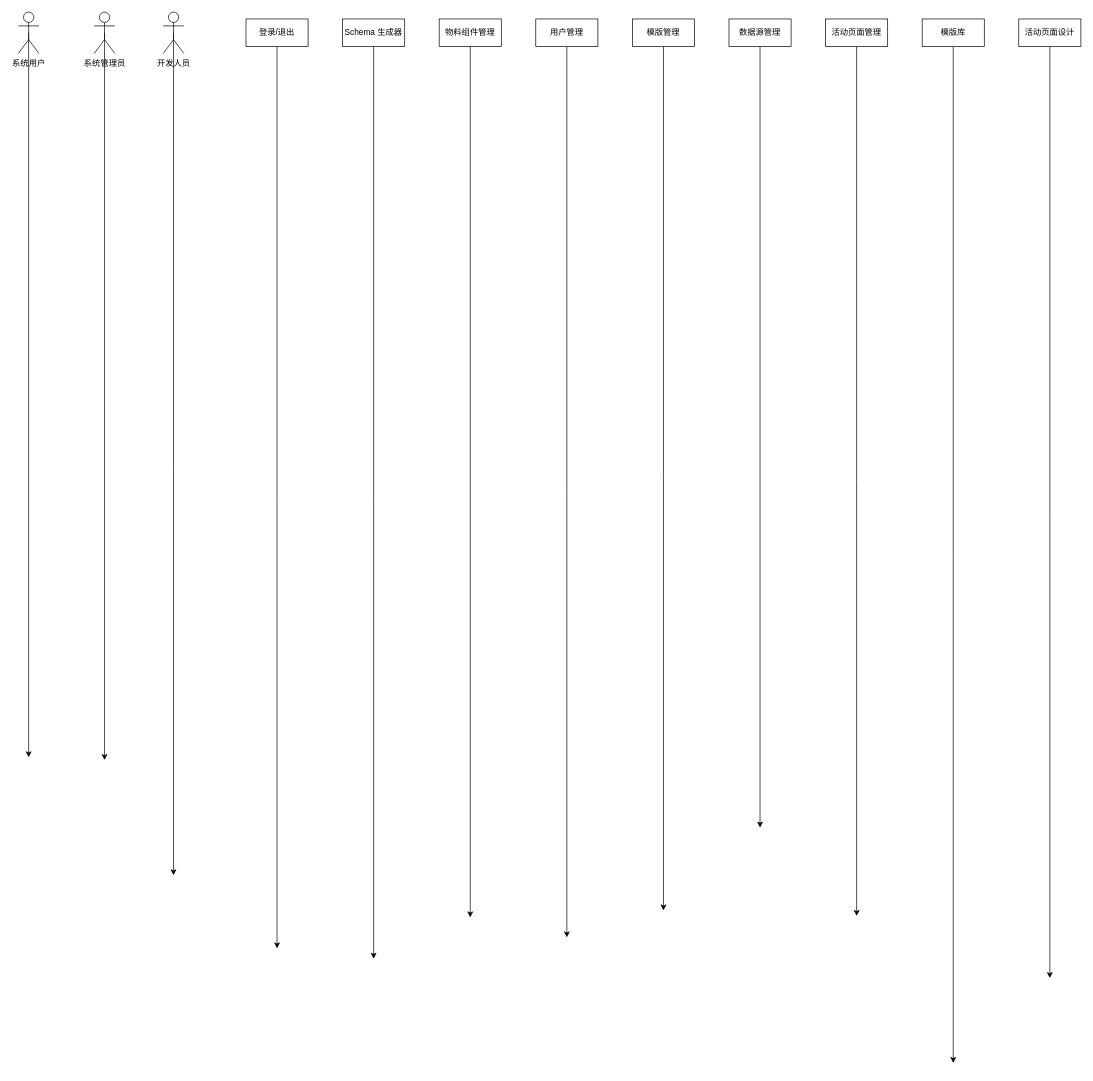
yuxinyu12345/diagrams keeps this draw.io diagram as 框图的关系图.drawio. Above is the earlier version. Source tidied: cells renumbered, new cells numbered last; positions are measured from the earlier drawing's top-left corner, leaving out a move shared by most shapes. Both pictures are drawn from the tidied source at 69%, with x=0, y=0 at pixel (18, 12).
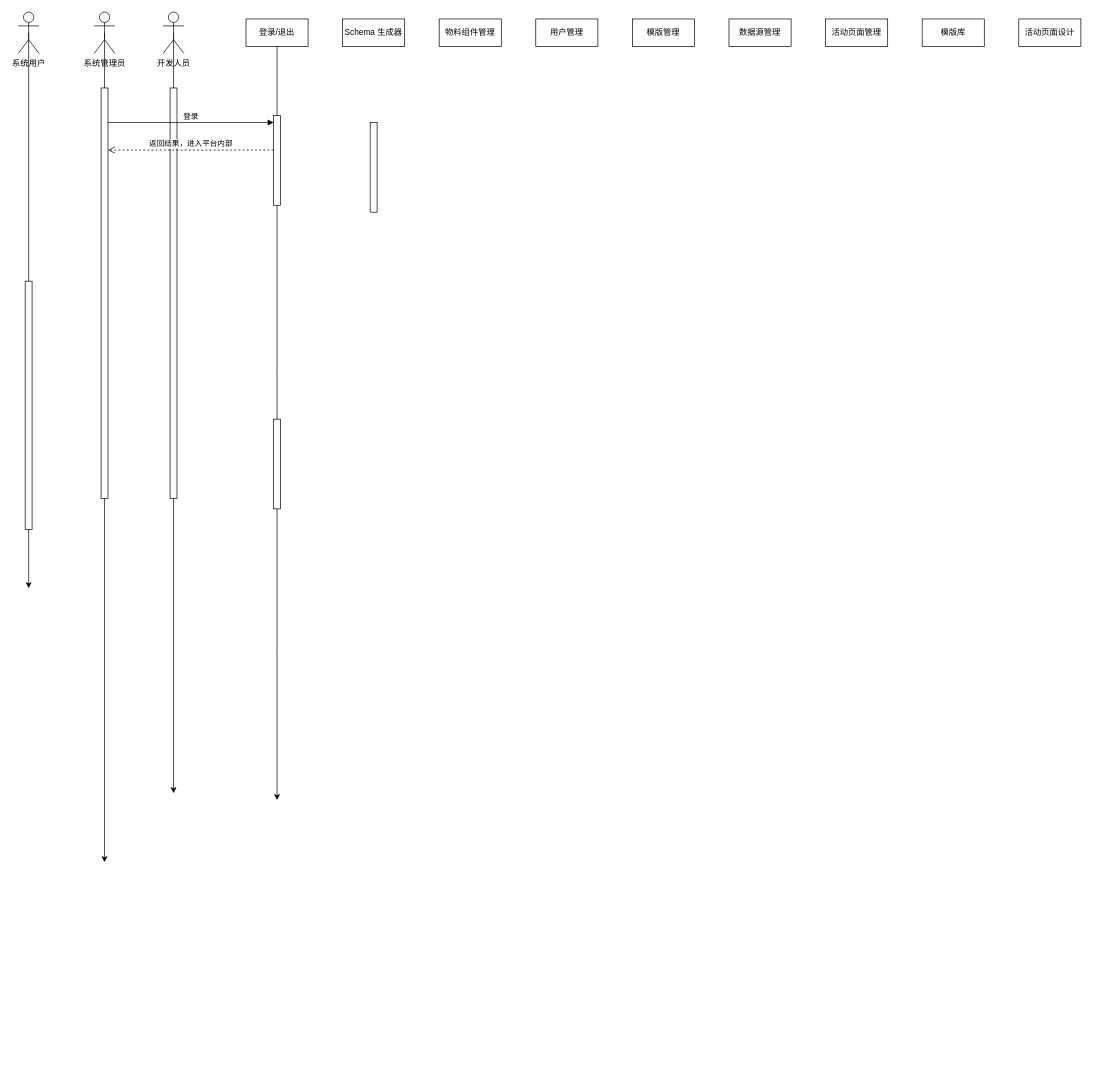
Above is the later version.

Commit message:
更新框图的关系图.drawio

Unchanged cells that the change refers to:
```xml
<mxCell id="3" value="系统管理员" style="shape=umlActor;verticalLabelPosition=bottom;verticalAlign=top;html=1;outlineConnect=0;" parent="1" vertex="1">
  <mxGeometry x="110" width="30" height="60" as="geometry" />
</mxCell>
<mxCell id="5" value="开发人员" style="shape=umlActor;verticalLabelPosition=bottom;verticalAlign=top;html=1;outlineConnect=0;" parent="1" vertex="1">
  <mxGeometry x="210" width="30" height="60" as="geometry" />
</mxCell>
<mxCell id="7" value="登录/退出" style="rounded=0;whiteSpace=wrap;html=1;" parent="1" vertex="1">
  <mxGeometry x="330" y="10" width="90" height="40" as="geometry" />
</mxCell>
<mxCell id="9" value="系统用户" style="shape=umlActor;verticalLabelPosition=bottom;verticalAlign=top;html=1;outlineConnect=0;" parent="1" vertex="1">
  <mxGeometry width="30" height="60" as="geometry" />
</mxCell>
<mxCell id="11" value="Schema 生成器" style="rounded=0;whiteSpace=wrap;html=1;" parent="1" vertex="1">
  <mxGeometry x="470" y="10" width="90" height="40" as="geometry" />
</mxCell>
<mxCell id="13" value="物料组件管理" style="rounded=0;whiteSpace=wrap;html=1;" parent="1" vertex="1">
  <mxGeometry x="610" y="10" width="90" height="40" as="geometry" />
</mxCell>
<mxCell id="15" value="用户管理" style="rounded=0;whiteSpace=wrap;html=1;" parent="1" vertex="1">
  <mxGeometry x="750" y="10" width="90" height="40" as="geometry" />
</mxCell>
<mxCell id="17" value="模版管理" style="rounded=0;whiteSpace=wrap;html=1;" parent="1" vertex="1">
  <mxGeometry x="890" y="10" width="90" height="40" as="geometry" />
</mxCell>
<mxCell id="19" value="数据源管理" style="rounded=0;whiteSpace=wrap;html=1;" parent="1" vertex="1">
  <mxGeometry x="1030" y="10" width="90" height="40" as="geometry" />
</mxCell>
<mxCell id="21" value="活动页面管理" style="rounded=0;whiteSpace=wrap;html=1;" parent="1" vertex="1">
  <mxGeometry x="1170" y="10" width="90" height="40" as="geometry" />
</mxCell>
<mxCell id="23" value="模版库" style="rounded=0;whiteSpace=wrap;html=1;" parent="1" vertex="1">
  <mxGeometry x="1310" y="10" width="90" height="40" as="geometry" />
</mxCell>
<mxCell id="25" value="活动页面设计" style="rounded=0;whiteSpace=wrap;html=1;" parent="1" vertex="1">
  <mxGeometry x="1450" y="10" width="90" height="40" as="geometry" />
</mxCell>
```

The edit, as a diff of the source:
```diff
@@
-    <mxCell id="2" style="edgeStyle=orthogonalEdgeStyle;rounded=0;jettySize=auto;html=1;exitX=0.5;exitY=0.5;exitDx=0;exitDy=0;exitPerimeter=0;" parent="1" edge="1" source="3">
-      <mxGeometry relative="1" as="geometry">
-        <mxPoint x="125" y="1084" as="targetPoint" />
-      </mxGeometry>
-    </mxCell>
+    <mxCell id="26" style="edgeStyle=orthogonalEdgeStyle;rounded=0;jettySize=auto;html=1;exitX=0.5;exitY=0.5;exitDx=0;exitDy=0;exitPerimeter=0;" parent="1" edge="1" source="3">
+      <mxGeometry relative="1" as="geometry">
+        <mxPoint x="125" y="1232" as="targetPoint" />
+      </mxGeometry>
+    </mxCell>
@@
-    <mxCell id="4" style="edgeStyle=orthogonalEdgeStyle;rounded=0;jettySize=auto;html=1;exitX=0.5;exitY=0.5;exitDx=0;exitDy=0;exitPerimeter=0;" parent="1" edge="1" source="5">
-      <mxGeometry relative="1" as="geometry">
-        <mxPoint x="225" y="1251" as="targetPoint" />
-      </mxGeometry>
-    </mxCell>
+    <mxCell id="27" style="edgeStyle=orthogonalEdgeStyle;rounded=0;jettySize=auto;html=1;exitX=0.5;exitY=0.5;exitDx=0;exitDy=0;exitPerimeter=0;" parent="1" edge="1" source="5">
+      <mxGeometry relative="1" as="geometry">
+        <mxPoint x="225" y="1132" as="targetPoint" />
+      </mxGeometry>
+    </mxCell>
@@
-    <mxCell id="6" style="edgeStyle=orthogonalEdgeStyle;rounded=0;jettySize=auto;html=1;exitX=0.5;exitY=1;exitDx=0;exitDy=0;" parent="1" edge="1" source="7">
-      <mxGeometry relative="1" as="geometry">
-        <mxPoint x="375" y="1357" as="targetPoint" />
-      </mxGeometry>
-    </mxCell>
+    <mxCell id="28" style="edgeStyle=orthogonalEdgeStyle;rounded=0;jettySize=auto;html=1;exitX=0.5;exitY=1;exitDx=0;exitDy=0;" parent="1" edge="1" source="37">
+      <mxGeometry relative="1" as="geometry">
+        <mxPoint x="375" y="1142" as="targetPoint" />
+      </mxGeometry>
+    </mxCell>
@@
-    <mxCell id="8" style="edgeStyle=orthogonalEdgeStyle;rounded=0;jettySize=auto;html=1;exitX=0.5;exitY=0.5;exitDx=0;exitDy=0;exitPerimeter=0;" parent="1" edge="1" source="9">
-      <mxGeometry relative="1" as="geometry">
-        <mxPoint x="15" y="1080" as="targetPoint" />
-      </mxGeometry>
-    </mxCell>
+    <mxCell id="29" style="edgeStyle=orthogonalEdgeStyle;rounded=0;jettySize=auto;html=1;exitX=0.5;exitY=0.5;exitDx=0;exitDy=0;exitPerimeter=0;" parent="1" edge="1" source="9">
+      <mxGeometry relative="1" as="geometry">
+        <mxPoint x="15" y="835" as="targetPoint" />
+      </mxGeometry>
+    </mxCell>
@@
-    <mxCell id="10" style="edgeStyle=orthogonalEdgeStyle;rounded=0;jettySize=auto;html=1;exitX=0.5;exitY=1;exitDx=0;exitDy=0;" parent="1" edge="1" source="11">
-      <mxGeometry relative="1" as="geometry">
-        <mxPoint x="515" y="1372" as="targetPoint" />
-      </mxGeometry>
-    </mxCell>
@@
-    <mxCell id="12" style="edgeStyle=orthogonalEdgeStyle;rounded=0;jettySize=auto;html=1;exitX=0.5;exitY=1;exitDx=0;exitDy=0;" parent="1" edge="1" source="13">
-      <mxGeometry relative="1" as="geometry">
-        <mxPoint x="655" y="1312" as="targetPoint" />
-      </mxGeometry>
-    </mxCell>
@@
-    <mxCell id="14" style="edgeStyle=orthogonalEdgeStyle;rounded=0;jettySize=auto;html=1;exitX=0.5;exitY=1;exitDx=0;exitDy=0;" parent="1" edge="1" source="15">
-      <mxGeometry relative="1" as="geometry">
-        <mxPoint x="795" y="1341" as="targetPoint" />
-      </mxGeometry>
-    </mxCell>
@@
-    <mxCell id="16" style="edgeStyle=orthogonalEdgeStyle;rounded=0;jettySize=auto;html=1;exitX=0.5;exitY=1;exitDx=0;exitDy=0;" parent="1" edge="1" source="17">
-      <mxGeometry relative="1" as="geometry">
-        <mxPoint x="935" y="1302" as="targetPoint" />
-      </mxGeometry>
-    </mxCell>
@@
-    <mxCell id="18" style="edgeStyle=orthogonalEdgeStyle;rounded=0;jettySize=auto;html=1;exitX=0.5;exitY=1;exitDx=0;exitDy=0;" parent="1" edge="1" source="19">
-      <mxGeometry relative="1" as="geometry">
-        <mxPoint x="1075" y="1182" as="targetPoint" />
-      </mxGeometry>
-    </mxCell>
@@
-    <mxCell id="20" style="edgeStyle=orthogonalEdgeStyle;rounded=0;jettySize=auto;html=1;exitX=0.5;exitY=1;exitDx=0;exitDy=0;" parent="1" edge="1" source="21">
-      <mxGeometry relative="1" as="geometry">
-        <mxPoint x="1215" y="1310" as="targetPoint" />
-      </mxGeometry>
-    </mxCell>
@@
-    <mxCell id="22" style="edgeStyle=orthogonalEdgeStyle;rounded=0;jettySize=auto;html=1;exitX=0.5;exitY=1;exitDx=0;exitDy=0;" parent="1" edge="1" source="23">
-      <mxGeometry relative="1" as="geometry">
-        <mxPoint x="1355" y="1523" as="targetPoint" />
-      </mxGeometry>
-    </mxCell>
@@
-    <mxCell id="24" style="edgeStyle=orthogonalEdgeStyle;rounded=0;jettySize=auto;html=1;exitX=0.5;exitY=1;exitDx=0;exitDy=0;" parent="1" edge="1" source="25">
-      <mxGeometry relative="1" as="geometry">
-        <mxPoint x="1495" y="1400" as="targetPoint" />
-      </mxGeometry>
-    </mxCell>
@@
+    <mxCell id="30" style="html=1;perimeter=orthogonalPerimeter;targetShapes=umlLifeline;newEdgeStyle={&quot;curved&quot;:0,&quot;rounded&quot;:0};" parent="1" vertex="1">
+      <mxGeometry x="10" y="390" width="10" height="360" as="geometry" />
+    </mxCell>
+    <mxCell id="31" style="html=1;perimeter=orthogonalPerimeter;targetShapes=umlLifeline;newEdgeStyle={&quot;curved&quot;:0,&quot;rounded&quot;:0};" parent="1" vertex="1">
+      <mxGeometry x="120" y="110" width="10" height="595" as="geometry" />
+    </mxCell>
+    <mxCell id="32" style="html=1;perimeter=orthogonalPerimeter;targetShapes=umlLifeline;newEdgeStyle={&quot;curved&quot;:0,&quot;rounded&quot;:0};" parent="1" vertex="1">
+      <mxGeometry x="220" y="110" width="10" height="595" as="geometry" />
+    </mxCell>
+    <mxCell id="33" value="登录" style="html=1;verticalAlign=bottom;endArrow=block;curved=0;rounded=0;" parent="1" edge="1">
+      <mxGeometry relative="1" as="geometry">
+        <mxPoint x="130" y="160" as="sourcePoint" />
+        <mxPoint x="370" y="160" as="targetPoint" />
+      </mxGeometry>
+    </mxCell>
+    <mxCell id="34" value="返回结果，进入平台内部" style="html=1;verticalAlign=bottom;endArrow=open;dashed=1;endSize=8;curved=0;rounded=0;" parent="1" edge="1" source="36">
+      <mxGeometry relative="1" as="geometry">
+        <mxPoint x="130" y="200" as="targetPoint" />
+      </mxGeometry>
+    </mxCell>
+    <mxCell id="35" style="edgeStyle=orthogonalEdgeStyle;rounded=0;jettySize=auto;html=1;exitX=0.5;exitY=1;exitDx=0;exitDy=0;endArrow=none;endFill=0;" parent="1" edge="1" source="7" target="37">
+      <mxGeometry relative="1" as="geometry">
+        <Array as="points">
+          <mxPoint x="375" y="520" />
+          <mxPoint x="375" y="520" />
+        </Array>
+      </mxGeometry>
+    </mxCell>
+    <mxCell id="36" style="html=1;points=[[0,0,0,0,5],[0,1,0,0,-5],[1,0,0,0,5],[1,1,0,0,-5]];perimeter=orthogonalPerimeter;outlineConnect=0;targetShapes=umlLifeline;portConstraint=eastwest;newEdgeStyle={&quot;curved&quot;:0,&quot;rounded&quot;:0};" parent="1" vertex="1">
+      <mxGeometry x="370" y="150" width="10" height="130" as="geometry" />
+    </mxCell>
+    <mxCell id="37" style="html=1;points=[[0,0,0,0,5],[0,1,0,0,-5],[1,0,0,0,5],[1,1,0,0,-5]];perimeter=orthogonalPerimeter;outlineConnect=0;targetShapes=umlLifeline;portConstraint=eastwest;newEdgeStyle={&quot;curved&quot;:0,&quot;rounded&quot;:0};" parent="1" vertex="1">
+      <mxGeometry x="370" y="590" width="10" height="130" as="geometry" />
+    </mxCell>
+    <mxCell id="38" style="html=1;perimeter=orthogonalPerimeter;targetShapes=umlLifeline;newEdgeStyle={&quot;curved&quot;:0,&quot;rounded&quot;:0};" parent="1" vertex="1">
+      <mxGeometry x="510" y="160" width="10" height="130" as="geometry" />
+    </mxCell>
```
